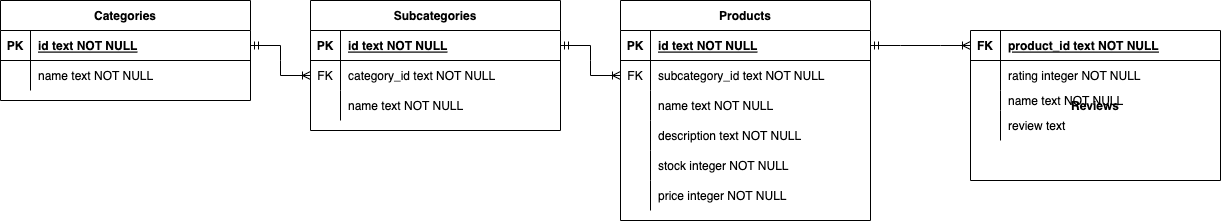
This is server/schema/database-diagram.png from onuralpbicer/store, a draw.io export, as it was before one commit. Source tidied: cells renumbered, new cells last; positions are measured from the earlier drawing's top-left corner, leaving out a move shared by most shapes.
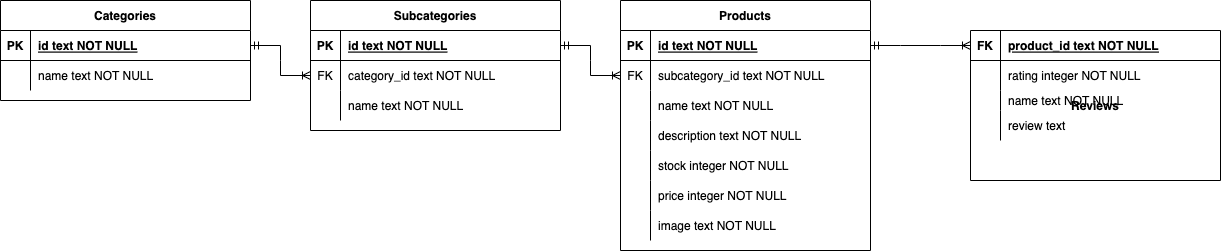
The same file after the commit.

Commit message:
Added image field to products

Change to the diagram source:
```diff
@@ -57,7 +57,7 @@
       <mxGeometry relative="1" as="geometry" />
     </mxCell>
     <mxCell id="20" value="Products" style="shape=table;startSize=30;rowLines=0;fontStyle=1;align=center;" parent="1" vertex="1">
-      <mxGeometry x="620" width="250" height="220" as="geometry" />
+      <mxGeometry x="620" width="250" height="250" as="geometry" />
     </mxCell>
     <mxCell id="21" style="shape=partialRectangle;fillColor=none;points=[[0,0.5],[1,0.5]];portConstraint=eastwest;top=0;left=0;right=0;bottom=1;" parent="20" vertex="1">
       <mxGeometry y="30" width="250" height="30" as="geometry" />
@@ -113,6 +113,15 @@
     <mxCell id="38" value="price integer NOT NULL" style="shape=partialRectangle;overflow=hidden;fillColor=none;top=0;left=0;bottom=0;right=0;align=left;spacingLeft=6;" parent="36" vertex="1">
       <mxGeometry x="30" width="220" height="30" as="geometry" />
     </mxCell>
+    <mxCell id="54" style="shape=partialRectangle;fillColor=none;top=0;left=0;right=0;bottom=0;" parent="20" vertex="1">
+      <mxGeometry y="210" width="250" height="30" as="geometry" />
+    </mxCell>
+    <mxCell id="55" style="shape=partialRectangle;overflow=hidden;fillColor=none;top=0;left=0;bottom=0;right=0;" parent="54" vertex="1">
+      <mxGeometry width="30" height="30" as="geometry" />
+    </mxCell>
+    <mxCell id="56" value="image text NOT NULL" style="shape=partialRectangle;overflow=hidden;fillColor=none;top=0;left=0;bottom=0;right=0;align=left;spacingLeft=6;" parent="54" vertex="1">
+      <mxGeometry x="30" width="220" height="30" as="geometry" />
+    </mxCell>
     <mxCell id="39" style="edgeStyle=entityRelationEdgeStyle;fontSize=12;html=1;endArrow=ERoneToMany;startArrow=ERmandOne;rounded=0;entryX=0;entryY=0.5;entryDx=0;entryDy=0;exitX=1;exitY=0.5;exitDx=0;exitDy=0;" parent="1" edge="1" source="10" target="24">
       <mxGeometry relative="1" as="geometry" />
     </mxCell>
```
